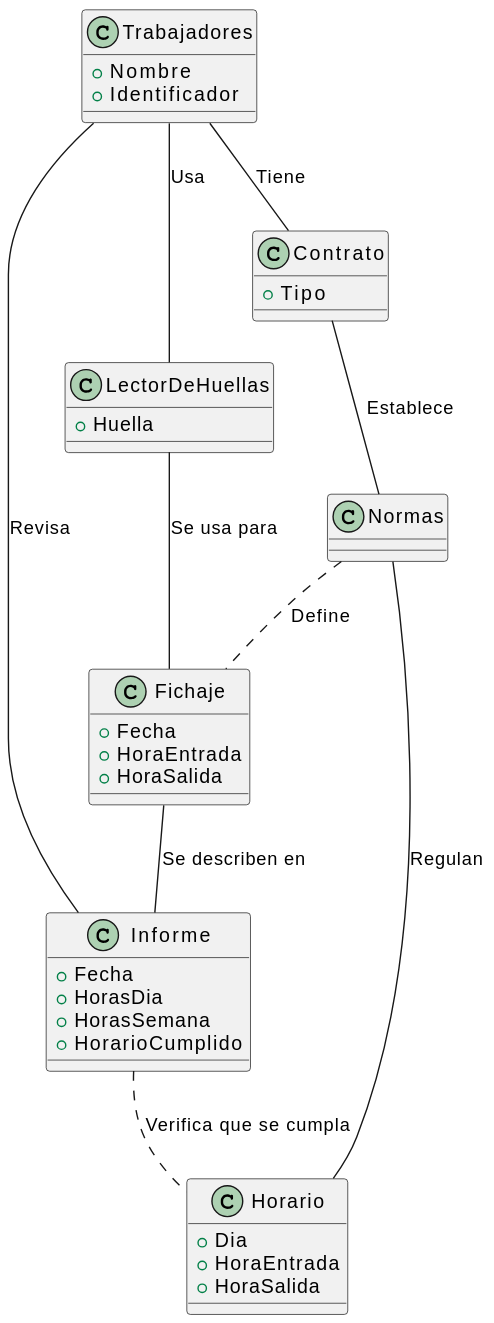
Before: imagenes/modelosUML/modeloDelDominio/diagramaClases/md004.svg, a diagram exported from PlantUML (mmasias/23-24-IdSw1-SDR). Source of this version:
```plantuml
@startuml
class Trabajadores{
    + Nombre
    + Identificador
}
class LectorDeHuellas{
    + Huella
}
class Fichaje{
    + Fecha
    + HoraEntrada
    + HoraSalida
}
class Informe{
    + Fecha
    + HorasDia
    + HorasSemana
    +HorarioCumplido
}
class Horario{
    + Dia
    + HoraEntrada
    + HoraSalida
}
class Contrato{
    + Tipo
}
class Normas{

}

Trabajadores -- Contrato : Tiene
Trabajadores -- LectorDeHuellas : Usa
LectorDeHuellas -- Fichaje : Se usa para
Fichaje -- Informe : Se describen en
Informe .. Horario : Verifica que se cumpla
Contrato -- Normas : Establece
Normas-- Horario : Regulan
Normas.. Fichaje : Define
Trabajadores -- Informe : Revisa
@enduml
```
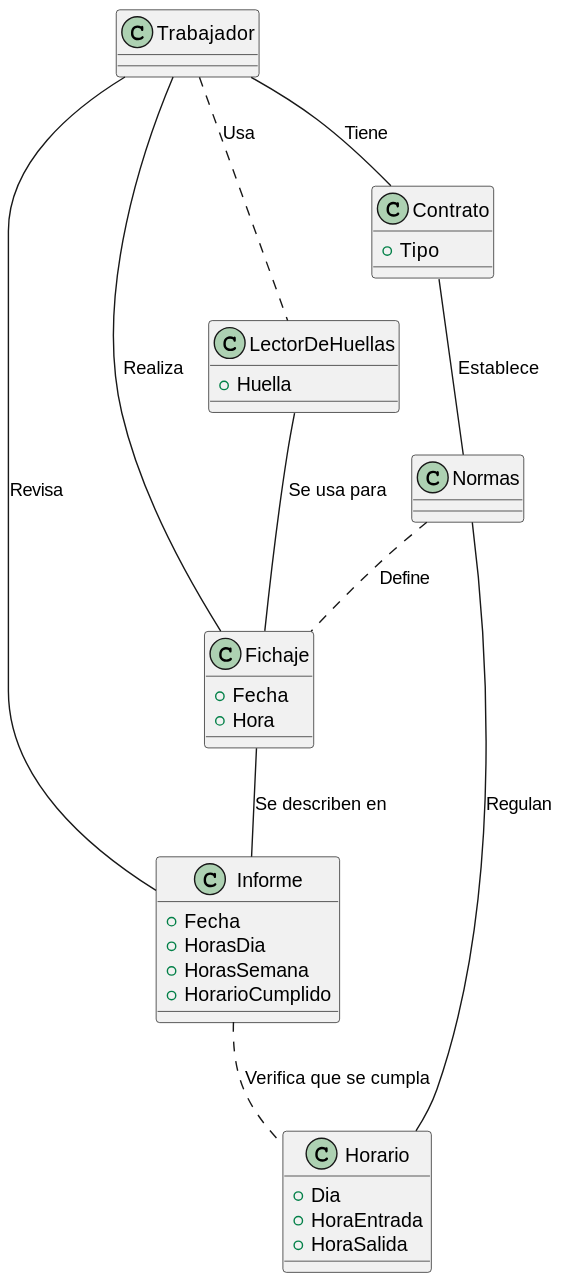
After the commit.

Commit message:
se ha arreglado el modelo de dominio

The edit, as a diff of the source:
```diff
@@ -1,15 +1,13 @@
 @startuml
-class Trabajadores{
-    + Nombre
-    + Identificador
+class Trabajador{
+
 }
 class LectorDeHuellas{
     + Huella
 }
 class Fichaje{
     + Fecha
-    + HoraEntrada
-    + HoraSalida
+    + Hora
 }
 class Informe{
     + Fecha
@@ -29,13 +27,16 @@
 
 }
 
-Trabajadores -- Contrato : Tiene
-Trabajadores -- LectorDeHuellas : Usa
+Trabajador -- Contrato : Tiene
+Trabajador .. LectorDeHuellas : Usa
 LectorDeHuellas -- Fichaje : Se usa para
 Fichaje -- Informe : Se describen en
 Informe .. Horario : Verifica que se cumpla
 Contrato -- Normas : Establece
 Normas-- Horario : Regulan
 Normas.. Fichaje : Define
-Trabajadores -- Informe : Revisa
+Trabajador -- Informe : Revisa
+Trabajador -- Fichaje :Realiza
+
+
 @enduml
```
